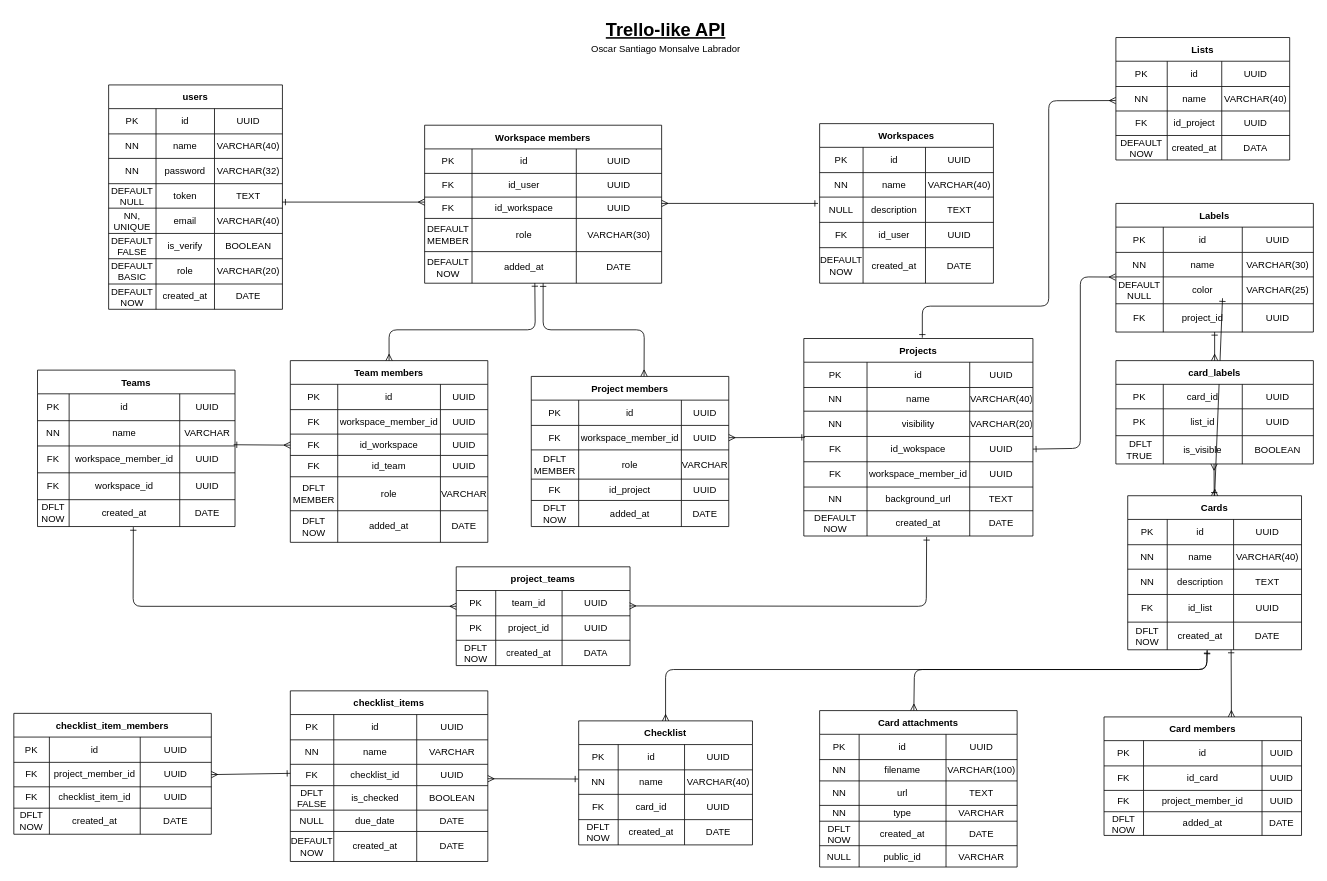
Earlier version of the draw.io diagram Trello-like-api-db-schema.drawio (OscarS05/Trello-like-project-api). Source tidied: cells renumbered, new cells numbered last; positions are measured from the earlier drawing's top-left corner, leaving out a move shared by most shapes. Both pictures are drawn from the tidied source at 79%, with x=0, y=0 at pixel (13, 13).
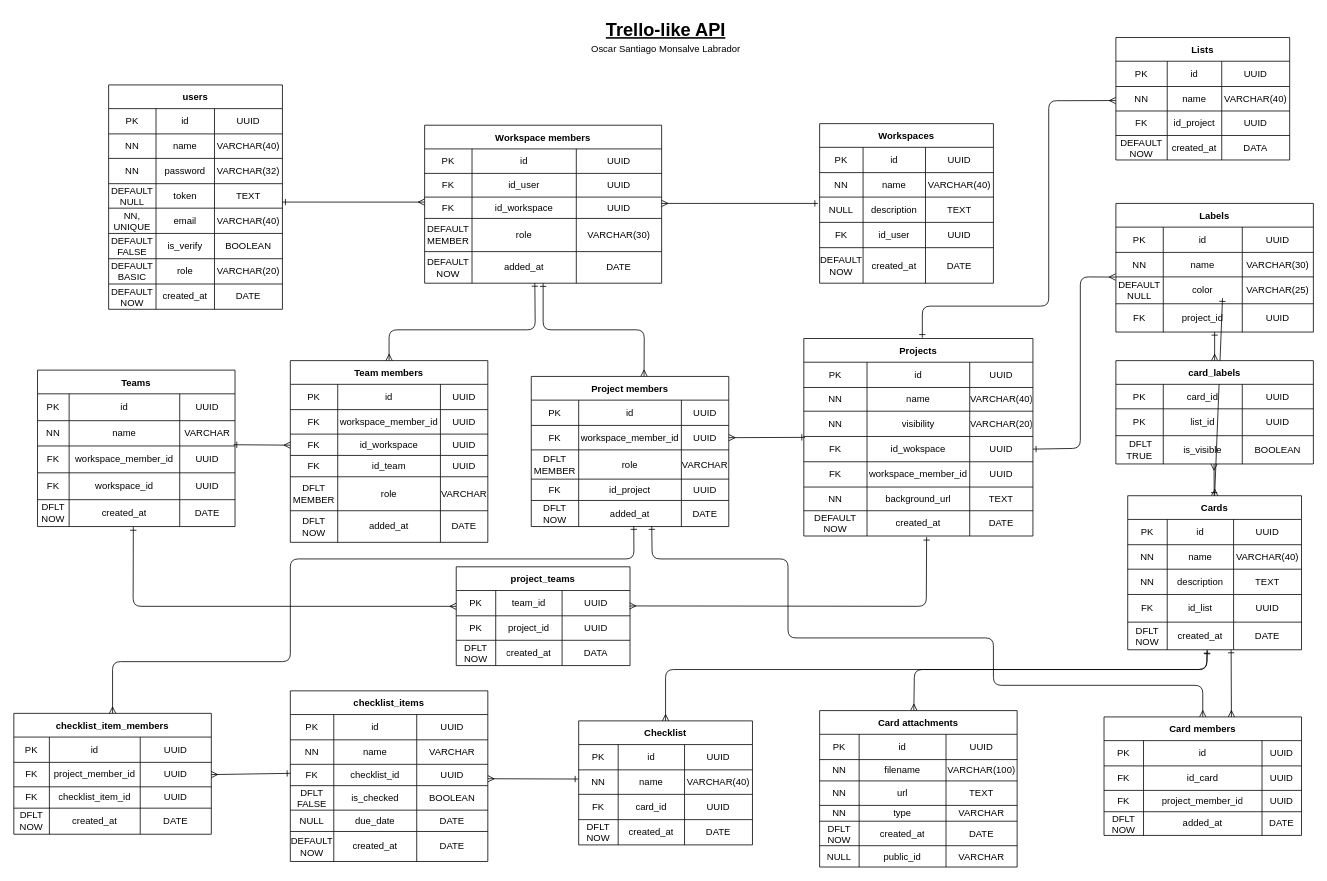
Above is the later version.

Commit message (it also covers changes not shown here):
docs: Re-added an image of the DB schema. Added three example endpoints with their requests and responses. Added a user flow to the system to provide guidance when testing the API in Swagger.

The change refers to these unchanged cells:
```xml
<mxCell id="125" style="shape=tableRow;horizontal=0;startSize=0;swimlaneHead=0;swimlaneBody=0;top=0;left=0;bottom=0;right=0;fillColor=none;points=[[0,0.5],[1,0.5]];portConstraint=eastwest;" parent="108" vertex="1">
  <mxGeometry y="157" width="250" height="33" as="geometry" />
</mxCell>
<mxCell id="216" value="Card members" style="shape=table;startSize=30;childLayout=tableLayout;fontStyle=1;align=center;" parent="1" vertex="1">
  <mxGeometry x="1380" y="890" width="250" height="150" as="geometry" />
</mxCell>
<mxCell id="302" value="checklist_item_members" style="shape=table;startSize=30;childLayout=tableLayout;fontStyle=1;align=center;" parent="1" vertex="1">
  <mxGeometry y="885.5" width="250" height="153" as="geometry" />
</mxCell>
```

The edit, as a diff of the source:
```diff
@@
+    <mxCell id="381" style="edgeStyle=none;html=1;endArrow=ERmany;endFill=0;startArrow=ERone;startFill=0;exitX=0.519;exitY=0.987;exitDx=0;exitDy=0;exitPerimeter=0;entryX=0.5;entryY=0;entryDx=0;entryDy=0;" parent="1" edge="1" source="125" target="302">
+      <mxGeometry relative="1" as="geometry">
+        <Array as="points">
+          <mxPoint x="785" y="690" />
+          <mxPoint x="350" y="690" />
+          <mxPoint x="350" y="820" />
+          <mxPoint x="125" y="820" />
+        </Array>
+      </mxGeometry>
+    </mxCell>
+    <mxCell id="382" style="edgeStyle=none;html=1;endArrow=ERmany;endFill=0;startArrow=ERone;startFill=0;exitX=0.61;exitY=0.987;exitDx=0;exitDy=0;exitPerimeter=0;entryX=0.5;entryY=0;entryDx=0;entryDy=0;" parent="1" edge="1" source="125" target="216">
+      <mxGeometry relative="1" as="geometry">
+        <Array as="points">
+          <mxPoint x="808" y="690" />
+          <mxPoint x="980" y="690" />
+          <mxPoint x="980" y="790" />
+          <mxPoint x="1240" y="790" />
+          <mxPoint x="1240" y="850" />
+          <mxPoint x="1505" y="850" />
+        </Array>
+      </mxGeometry>
+    </mxCell>
```
